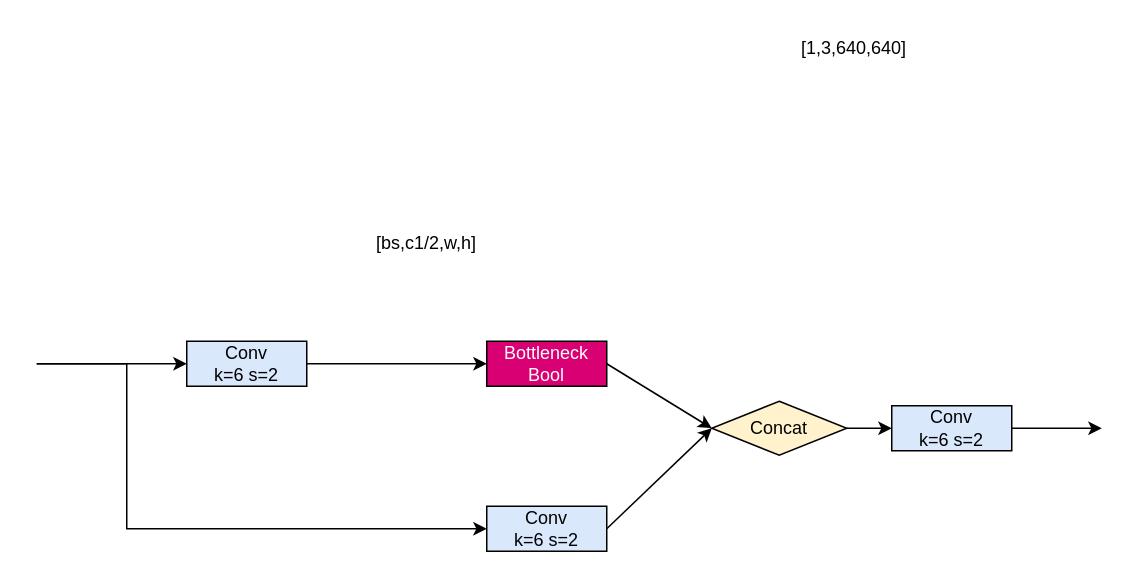
Earlier version of the draw.io diagram Draw.io/本科毕业设计/C3结构图.drawio (Arete-FFF/PicGo). Source tidied: cells renumbered, new cells numbered last; positions are measured from the earlier drawing's top-left corner, leaving out a move shared by most shapes. Both pictures are drawn from the tidied source at 150%, with x=0, y=0 at pixel (36, 26).
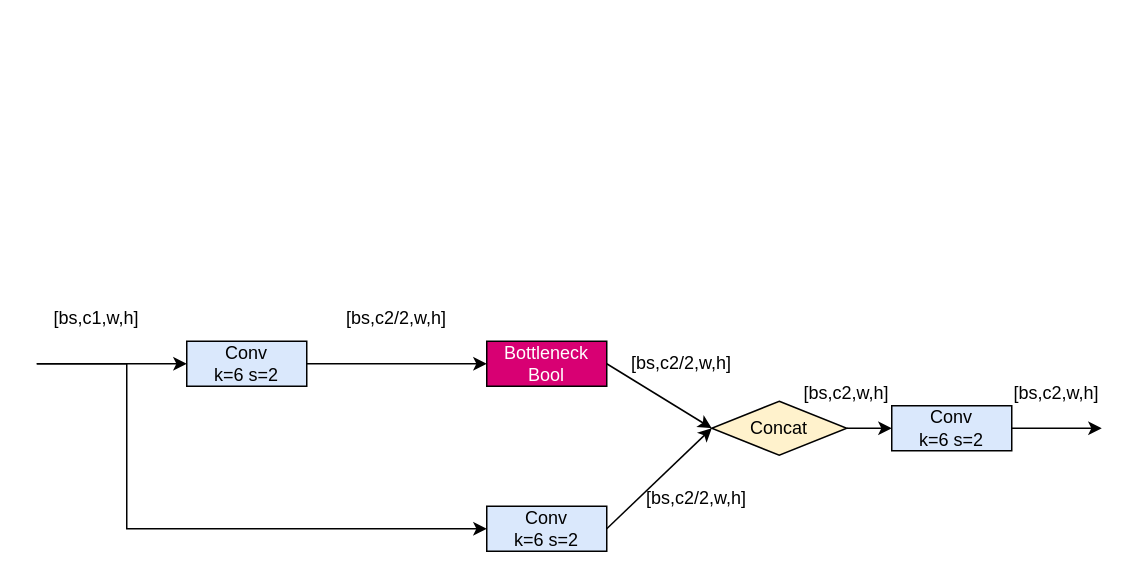
After the change.

Commit message (it also covers changes not shown here):
更新C3结构图.drawio

The edit, as a diff of the source:
```diff
@@
-    <mxCell id="2" value="[1,3,640,640]" style="rounded=0;whiteSpace=wrap;html=1;fillColor=none;strokeColor=none;" parent="1" vertex="1">
-      <mxGeometry x="485" width="120" height="30" as="geometry" />
-    </mxCell>
@@
-    <mxCell id="8" value="[bs,c1/2,w,h]" style="rounded=0;whiteSpace=wrap;html=1;fillColor=none;strokeColor=none;" parent="1" vertex="1">
-      <mxGeometry x="220" y="130" width="80" height="30" as="geometry" />
+    <mxCell id="8" value="[bs,c2/2,w,h]" style="rounded=0;whiteSpace=wrap;html=1;fillColor=none;strokeColor=none;" parent="1" vertex="1">
+      <mxGeometry x="200" y="180" width="80" height="30" as="geometry" />
     </mxCell>
@@
+    <mxCell id="16" value="[bs,c1,w,h]" style="rounded=0;whiteSpace=wrap;html=1;fillColor=none;strokeColor=none;" parent="1" vertex="1">
+      <mxGeometry y="180" width="80" height="30" as="geometry" />
+    </mxCell>
+    <mxCell id="17" value="[bs,c2/2,w,h]" style="rounded=0;whiteSpace=wrap;html=1;fillColor=none;strokeColor=none;" parent="1" vertex="1">
+      <mxGeometry x="390" y="210" width="80" height="30" as="geometry" />
+    </mxCell>
+    <mxCell id="18" value="[bs,c2/2,w,h]" style="rounded=0;whiteSpace=wrap;html=1;fillColor=none;strokeColor=none;" parent="1" vertex="1">
+      <mxGeometry x="400" y="300" width="80" height="30" as="geometry" />
+    </mxCell>
+    <mxCell id="19" value="[bs,c2,w,h]" style="rounded=0;whiteSpace=wrap;html=1;fillColor=none;strokeColor=none;" parent="1" vertex="1">
+      <mxGeometry x="500" y="230" width="80" height="30" as="geometry" />
+    </mxCell>
+    <mxCell id="20" value="[bs,c2,w,h]" style="rounded=0;whiteSpace=wrap;html=1;fillColor=none;strokeColor=none;" parent="1" vertex="1">
+      <mxGeometry x="640" y="230" width="80" height="30" as="geometry" />
+    </mxCell>
```
